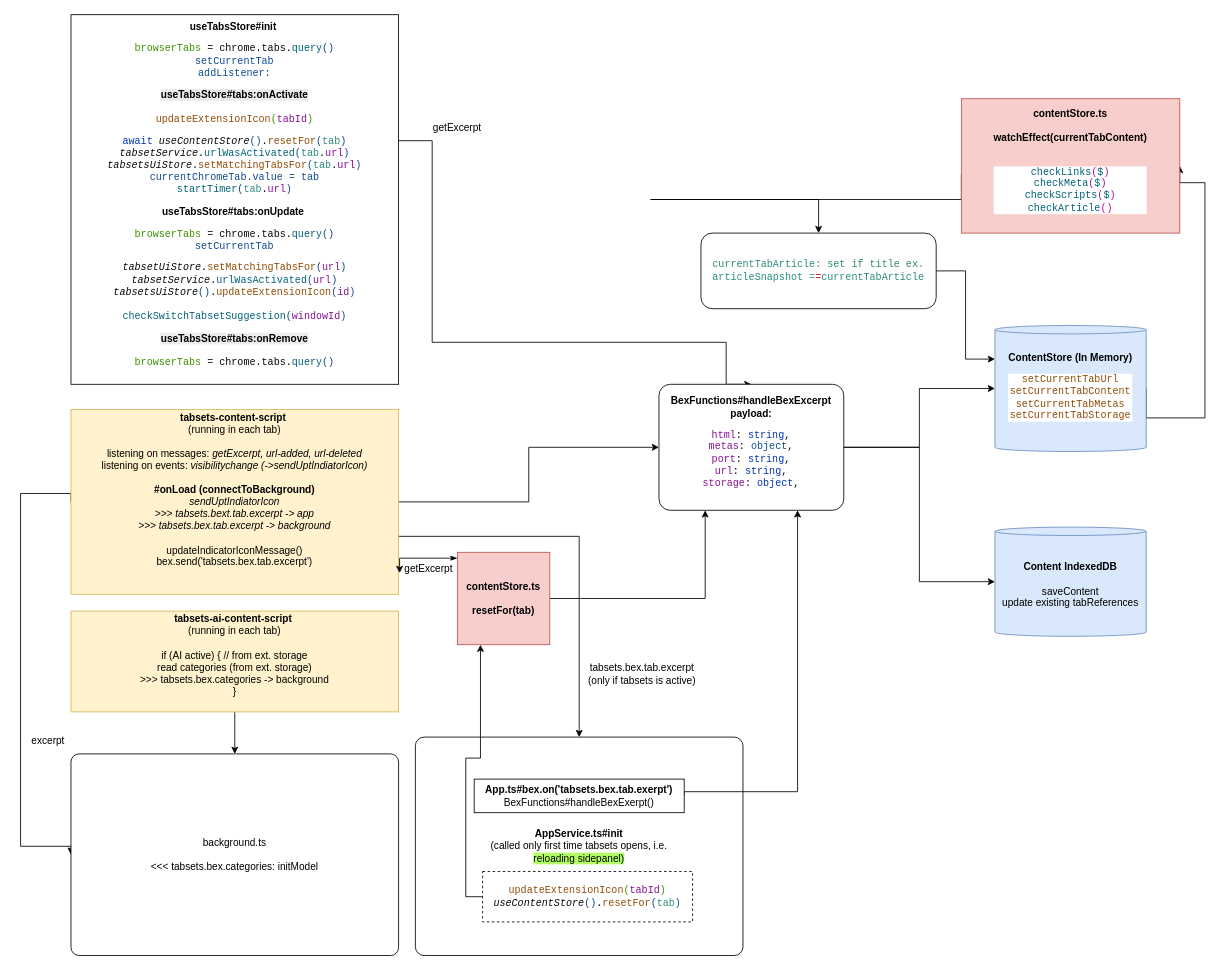
Earlier version of the draw.io diagram docs/drawio/contentStore.drawio (evandor/tabsets). Source tidied: cells renumbered, new cells numbered last; positions are measured from the earlier drawing's top-left corner, leaving out a move shared by most shapes. Both pictures are drawn from the tidied source at 84%, with x=0, y=0 at pixel (20, 14).
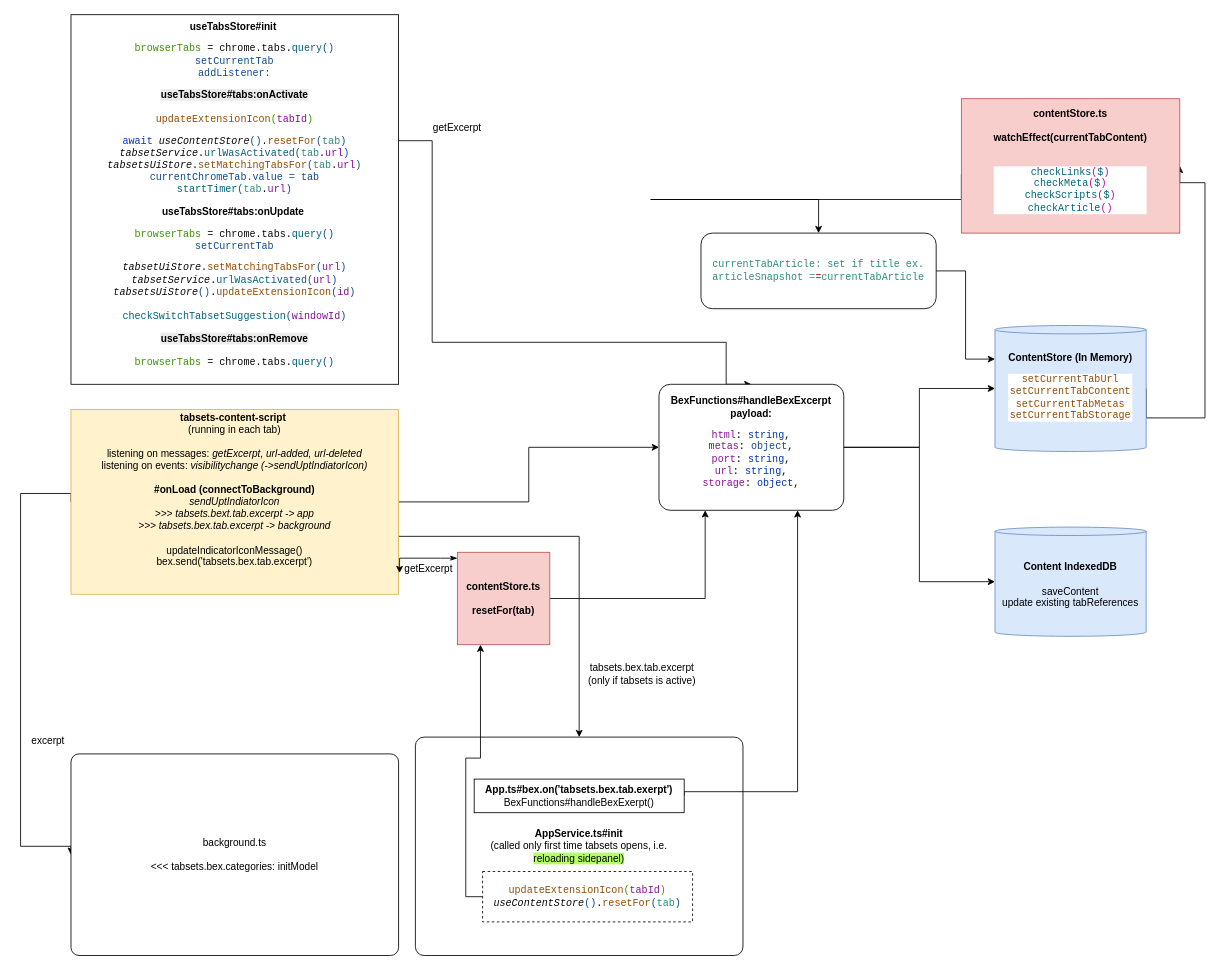
After the change.

The change refers to these unchanged cells:
```xml
<mxCell id="6" value="background.ts&lt;div&gt;&lt;br&gt;&lt;/div&gt;&lt;div&gt;&amp;lt;&amp;lt;&amp;lt; tabsets.bex.categories: initModel&lt;/div&gt;" style="rounded=1;whiteSpace=wrap;html=1;arcSize=4;" parent="1" vertex="1">
  <mxGeometry x="60" y="880" width="390" height="240" as="geometry" />
</mxCell>
```

The edit, as a diff of the source:
```diff
@@
-    <mxCell id="20" style="edgeStyle=orthogonalEdgeStyle;rounded=0;jettySize=auto;html=1;entryX=0.5;entryY=0;entryDx=0;entryDy=0;" parent="1" edge="1" source="21" target="6">
-      <mxGeometry relative="1" as="geometry" />
-    </mxCell>
-    <mxCell id="21" value="&lt;b&gt;tabsets-ai-content-script&amp;nbsp;&lt;/b&gt;&lt;br&gt;(running in each tab)&lt;br&gt;&lt;div&gt;&lt;b&gt;&lt;br&gt;&lt;/b&gt;&lt;/div&gt;&lt;div&gt;if (AI active) { // from ext. storage&lt;/div&gt;&lt;div&gt;read categories (from ext. storage)&lt;/div&gt;&lt;div&gt;&amp;gt;&amp;gt;&amp;gt; tabsets.bex.categories -&amp;gt; background&lt;/div&gt;&lt;div&gt;}&lt;/div&gt;&lt;div&gt;&lt;br&gt;&lt;/div&gt;" style="rounded=0;whiteSpace=wrap;html=1;fillColor=#fff2cc;strokeColor=#d6b656;" parent="1" vertex="1">
-      <mxGeometry x="60" y="710" width="390" height="120" as="geometry" />
-    </mxCell>
```
